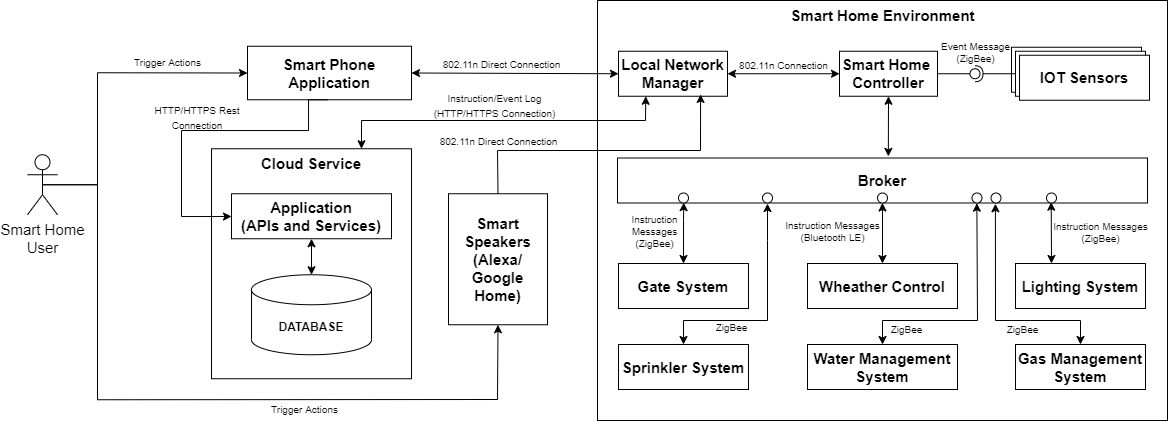
Above: Semester 2/Software Architecture/Assignment 2/imageFiles/ComponentConnection.drawio.png in Akhilsudh/BITS-Assignment (draw.io), before the change. Source tidied: cells renumbered, new cells last; positions are measured from the earlier drawing's top-left corner, leaving out a move shared by most shapes.
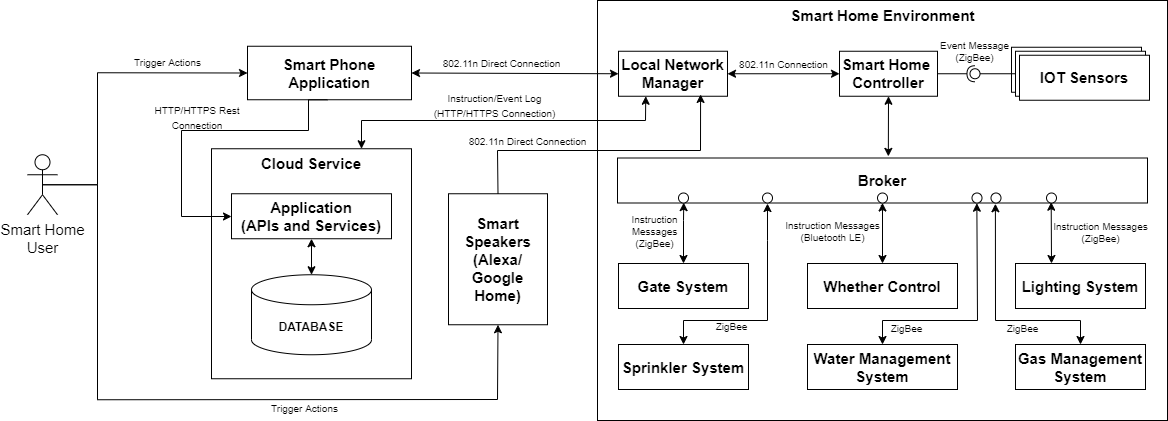
Later version of the same file.

Change to the diagram source:
```diff
@@ -68,7 +68,7 @@
     <mxCell id="18" value="&lt;font style=&quot;font-size: 15px&quot;&gt;&lt;b&gt;IOT Sensors&lt;br&gt;&lt;/b&gt;&lt;/font&gt;" style="rounded=0;whiteSpace=wrap;html=1;" parent="1" vertex="1">
       <mxGeometry x="992" y="54.8" width="130" height="45" as="geometry" />
     </mxCell>
-    <mxCell id="19" value="&lt;font&gt;&lt;span style=&quot;font-size: 15px&quot;&gt;&lt;b&gt;Wheather Control&lt;/b&gt;&lt;/span&gt;&lt;br&gt;&lt;/font&gt;" style="rounded=0;whiteSpace=wrap;html=1;" parent="1" vertex="1">
+    <mxCell id="19" value="&lt;font&gt;&lt;span style=&quot;font-size: 15px&quot;&gt;&lt;b&gt;Whether Control&lt;/b&gt;&lt;/span&gt;&lt;br&gt;&lt;/font&gt;" style="rounded=0;whiteSpace=wrap;html=1;" parent="1" vertex="1">
       <mxGeometry x="780" y="263" width="150" height="45" as="geometry" />
     </mxCell>
     <mxCell id="20" value="&lt;font&gt;&lt;span style=&quot;font-size: 15px&quot;&gt;&lt;b&gt;Water Management System&lt;/b&gt;&lt;/span&gt;&lt;br&gt;&lt;/font&gt;" style="rounded=0;whiteSpace=wrap;html=1;" parent="1" vertex="1">
@@ -171,18 +171,18 @@
     </mxCell>
     <mxCell id="40" value="&lt;font style=&quot;font-size: 10px&quot;&gt;802.11n Direct Connection&lt;/font&gt;" style="edgeLabel;html=1;align=center;verticalAlign=middle;fontSize=12;" parent="39" vertex="1">
       <mxGeometry x="-0.3" relative="1" as="geometry">
-        <mxPoint x="-62" y="-9" as="offset" />
+        <mxPoint x="-33" y="-9" as="offset" />
       </mxGeometry>
     </mxCell>
-    <mxCell id="41" style="rounded=0;jettySize=auto;html=1;endArrow=none;endFill=0;sketch=0;sourcePerimeterSpacing=0;targetPerimeterSpacing=0;exitX=1;exitY=0.5;exitDx=0;exitDy=0;" parent="1" edge="1" source="15" target="44">
+    <mxCell id="41" style="rounded=0;jettySize=auto;html=1;endArrow=none;endFill=0;sketch=0;sourcePerimeterSpacing=0;targetPerimeterSpacing=0;exitX=0;exitY=0.5;exitDx=0;exitDy=0;" parent="1" edge="1" source="17" target="44">
       <mxGeometry relative="1" as="geometry" />
     </mxCell>
     <mxCell id="42" value="Event Message&lt;br&gt;(ZigBee)" style="edgeLabel;html=1;align=center;verticalAlign=middle;fontSize=10;" parent="41" vertex="1">
       <mxGeometry x="0.73" y="1" relative="1" as="geometry">
-        <mxPoint x="9" y="-21" as="offset" />
+        <mxPoint x="-10" y="-23" as="offset" />
       </mxGeometry>
     </mxCell>
-    <mxCell id="43" style="rounded=0;jettySize=auto;html=1;endArrow=halfCircle;endFill=0;entryX=0.5;entryY=0.5;endSize=6;strokeWidth=1;sketch=0;exitX=0;exitY=0.5;exitDx=0;exitDy=0;" parent="1" edge="1" source="17" target="44">
+    <mxCell id="43" style="rounded=0;jettySize=auto;html=1;endArrow=halfCircle;endFill=0;entryX=0.5;entryY=0.5;endSize=6;strokeWidth=1;sketch=0;exitX=1;exitY=0.5;exitDx=0;exitDy=0;" parent="1" edge="1" source="15" target="44">
       <mxGeometry relative="1" as="geometry" />
     </mxCell>
     <mxCell id="44" style="ellipse;whiteSpace=wrap;html=1;align=center;points=[];outlineConnect=0;sketch=0;" parent="1" vertex="1">
```
